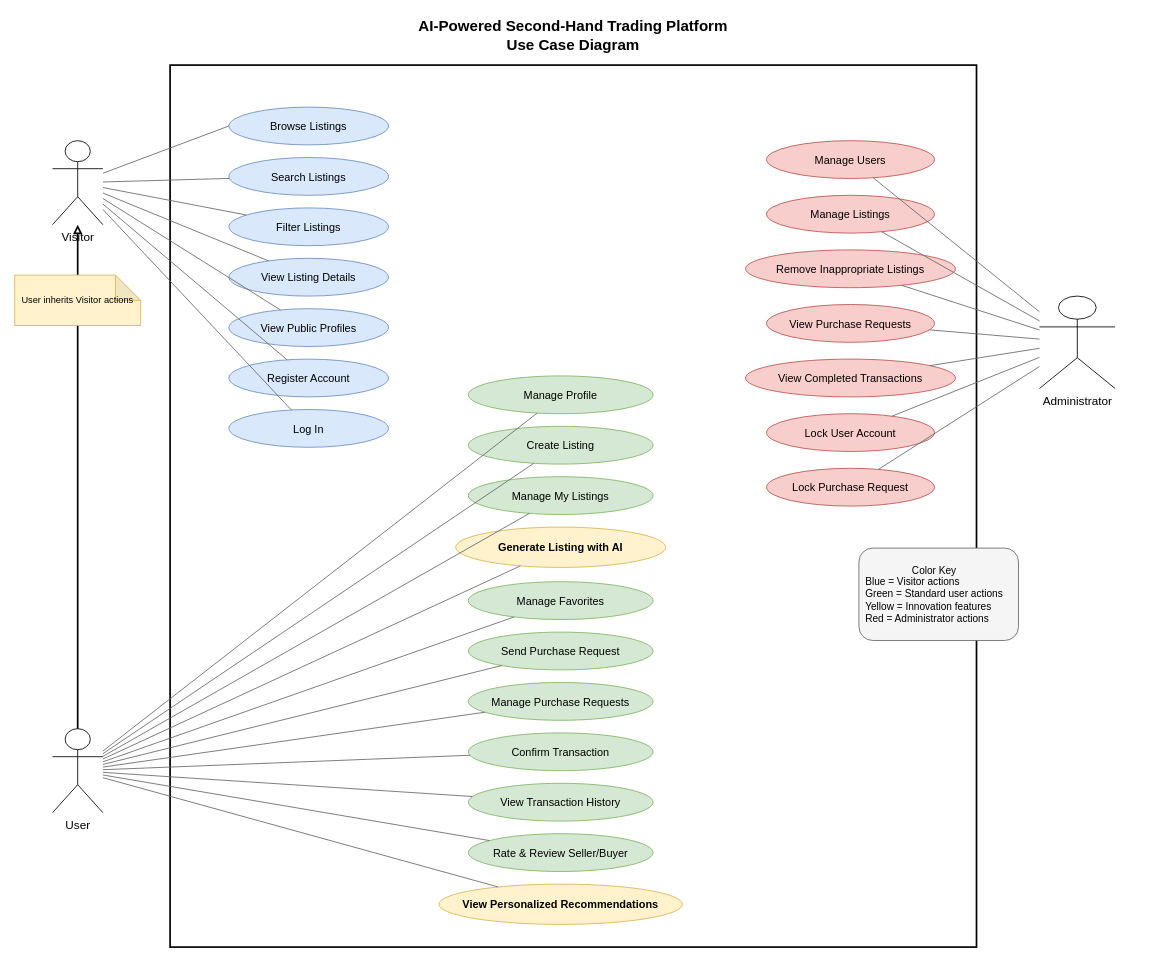
Above: diagram/use_case_diagram.drawio in aimeefan99/MSE800-KEA-OnlineShopping (draw.io), before the change. Source tidied: cells renumbered, new cells numbered last; positions are measured from the earlier drawing's top-left corner, leaving out a move shared by most shapes. Both pictures are drawn from the tidied source at 84%, with x=0, y=0 at pixel (14, 14).
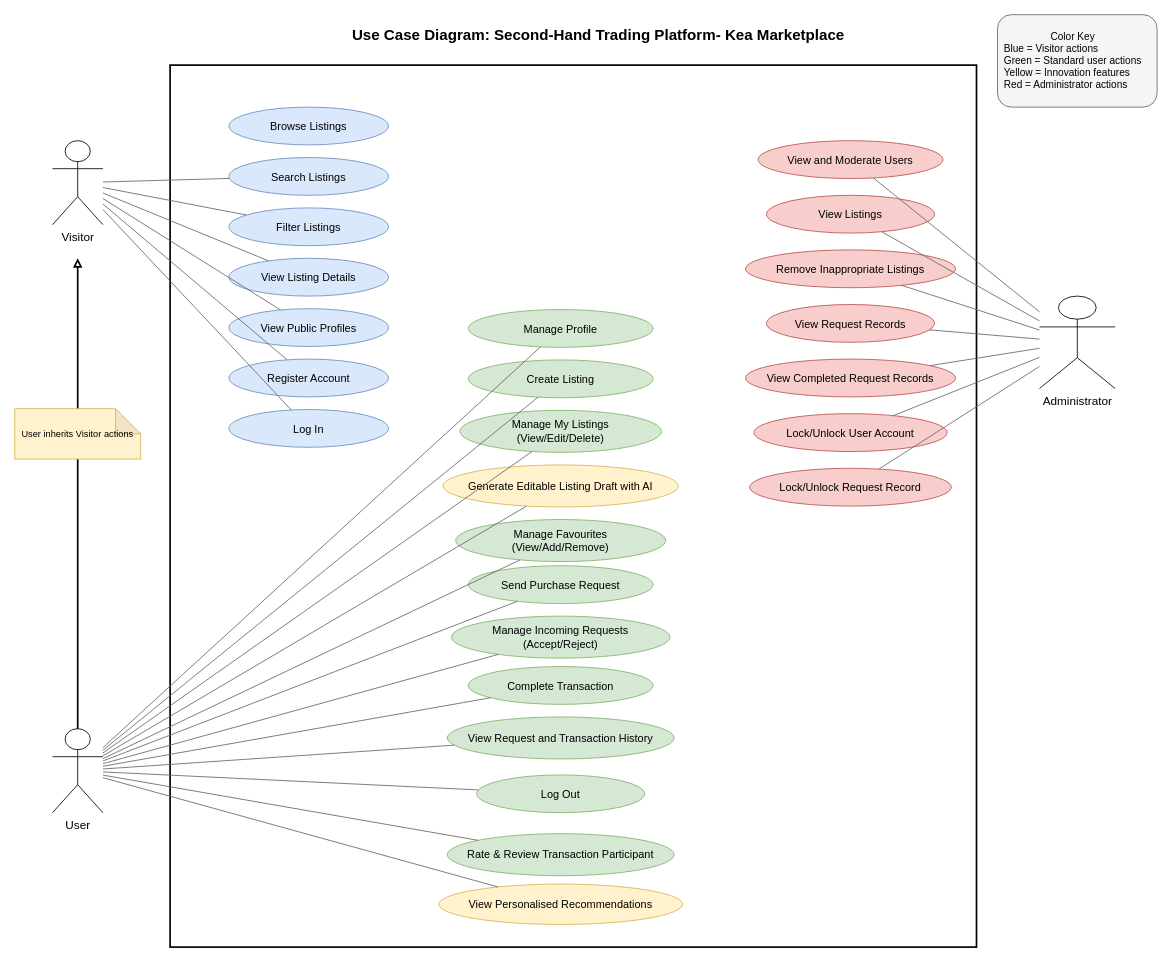
The same diagram, later.

Unchanged cells that the change refers to:
```xml
<mxCell id="4" value="Visitor" style="shape=umlActor;verticalLabelPosition=bottom;verticalAlign=top;html=1;outlineConnect=0;fontSize=14;" parent="1" vertex="1">
  <mxGeometry x="45" y="150" width="60" height="100" as="geometry" />
</mxCell>
<mxCell id="5" value="User" style="shape=umlActor;verticalLabelPosition=bottom;verticalAlign=top;html=1;outlineConnect=0;fontSize=14;" parent="1" vertex="1">
  <mxGeometry x="45" y="850" width="60" height="100" as="geometry" />
</mxCell>
<mxCell id="9" value="Browse Listings" style="ellipse;whiteSpace=wrap;html=1;fillColor=#dae8fc;strokeColor=#6c8ebf;fontSize=13;" parent="1" vertex="1">
  <mxGeometry x="255" y="110" width="190" height="45" as="geometry" />
</mxCell>
```

Change to the diagram source:
```diff
@@
-    <mxCell id="2" value="AI-Powered Second-Hand Trading Platform&#10;Use Case Diagram" style="text;html=1;strokeColor=none;fillColor=none;align=center;verticalAlign=middle;whiteSpace=wrap;rounded=0;fontSize=18;fontStyle=1;" parent="1" vertex="1">
-      <mxGeometry x="405" width="520" height="50" as="geometry" />
+    <mxCell id="2" value="Use Case Diagram: Second-Hand Trading Platform- Kea Marketplace" style="text;html=1;strokeColor=none;fillColor=none;align=center;verticalAlign=middle;whiteSpace=wrap;rounded=0;fontSize=18;fontStyle=1;" parent="1" vertex="1">
+      <mxGeometry x="395" width="600" height="50" as="geometry" />
     </mxCell>
@@
-    <mxCell id="7" style="endArrow=block;endFill=0;html=1;rounded=0;strokeWidth=2;" parent="1" edge="1" source="5" target="4">
-      <mxGeometry relative="1" as="geometry" />
+    <mxCell id="7" style="endArrow=block;endFill=0;html=1;rounded=0;strokeWidth=2;" parent="1" edge="1" source="5">
+      <mxGeometry relative="1" as="geometry">
+        <mxPoint x="75" y="290" as="targetPoint" />
+      </mxGeometry>
     </mxCell>
     <mxCell id="8" value="User inherits Visitor actions" style="shape=note;whiteSpace=wrap;html=1;backgroundOutline=1;darkOpacity=0.05;fillColor=#fff2cc;strokeColor=#d6b656;fontSize=11;" parent="1" vertex="1">
-      <mxGeometry y="310" width="150" height="60" as="geometry" />
+      <mxGeometry y="469" width="150" height="60" as="geometry" />
     </mxCell>
@@
     <mxCell id="16" value="Manage Profile" style="ellipse;whiteSpace=wrap;html=1;fillColor=#d5e8d4;strokeColor=#82b366;fontSize=13;" parent="1" vertex="1">
-      <mxGeometry x="540" y="430" width="220" height="45" as="geometry" />
+      <mxGeometry x="540" y="351" width="220" height="45" as="geometry" />
     </mxCell>
     <mxCell id="17" value="Create Listing" style="ellipse;whiteSpace=wrap;html=1;fillColor=#d5e8d4;strokeColor=#82b366;fontSize=13;" parent="1" vertex="1">
-      <mxGeometry x="540" y="490" width="220" height="45" as="geometry" />
+      <mxGeometry x="540" y="411" width="220" height="45" as="geometry" />
     </mxCell>
-    <mxCell id="18" value="Manage My Listings" style="ellipse;whiteSpace=wrap;html=1;fillColor=#d5e8d4;strokeColor=#82b366;fontSize=13;" parent="1" vertex="1">
-      <mxGeometry x="540" y="550" width="220" height="45" as="geometry" />
+    <mxCell id="18" value="Manage My Listings&#10;(View/Edit/Delete)" style="ellipse;whiteSpace=wrap;html=1;fillColor=#d5e8d4;strokeColor=#82b366;fontSize=13;" parent="1" vertex="1">
+      <mxGeometry x="530" y="471" width="240" height="50" as="geometry" />
     </mxCell>
-    <mxCell id="19" value="Generate Listing with AI" style="ellipse;whiteSpace=wrap;html=1;fillColor=#fff2cc;strokeColor=#d6b656;fontSize=13;fontStyle=1;" parent="1" vertex="1">
-      <mxGeometry x="525" y="610" width="250" height="48" as="geometry" />
+    <mxCell id="19" value="&lt;span style=&quot;font-weight: normal;&quot;&gt;Generate Editable Listing Draft with AI&lt;/span&gt;" style="ellipse;whiteSpace=wrap;html=1;fillColor=#fff2cc;strokeColor=#d6b656;fontSize=13;fontStyle=1;" parent="1" vertex="1">
+      <mxGeometry x="510" y="536" width="280" height="50" as="geometry" />
     </mxCell>
-    <mxCell id="20" value="Manage Favorites" style="ellipse;whiteSpace=wrap;html=1;fillColor=#d5e8d4;strokeColor=#82b366;fontSize=13;" parent="1" vertex="1">
-      <mxGeometry x="540" y="675" width="220" height="45" as="geometry" />
+    <mxCell id="20" value="Manage Favourites&#10;(View/Add/Remove)" style="ellipse;whiteSpace=wrap;html=1;fillColor=#d5e8d4;strokeColor=#82b366;fontSize=13;" parent="1" vertex="1">
+      <mxGeometry x="525" y="601" width="250" height="50" as="geometry" />
     </mxCell>
     <mxCell id="21" value="Send Purchase Request" style="ellipse;whiteSpace=wrap;html=1;fillColor=#d5e8d4;strokeColor=#82b366;fontSize=13;" parent="1" vertex="1">
-      <mxGeometry x="540" y="735" width="220" height="45" as="geometry" />
+      <mxGeometry x="540" y="656" width="220" height="45" as="geometry" />
     </mxCell>
-    <mxCell id="22" value="Manage Purchase Requests" style="ellipse;whiteSpace=wrap;html=1;fillColor=#d5e8d4;strokeColor=#82b366;fontSize=13;" parent="1" vertex="1">
-      <mxGeometry x="540" y="795" width="220" height="45" as="geometry" />
+    <mxCell id="22" value="Manage Incoming Requests&#10;(Accept/Reject)" style="ellipse;whiteSpace=wrap;html=1;fillColor=#d5e8d4;strokeColor=#82b366;fontSize=13;" parent="1" vertex="1">
+      <mxGeometry x="520" y="716" width="260" height="50" as="geometry" />
     </mxCell>
-    <mxCell id="23" value="Confirm Transaction" style="ellipse;whiteSpace=wrap;html=1;fillColor=#d5e8d4;strokeColor=#82b366;fontSize=13;" parent="1" vertex="1">
-      <mxGeometry x="540" y="855" width="220" height="45" as="geometry" />
+    <mxCell id="23" value="Complete Transaction" style="ellipse;whiteSpace=wrap;html=1;fillColor=#d5e8d4;strokeColor=#82b366;fontSize=13;" parent="1" vertex="1">
+      <mxGeometry x="540" y="776" width="220" height="45" as="geometry" />
     </mxCell>
-    <mxCell id="24" value="View Transaction History" style="ellipse;whiteSpace=wrap;html=1;fillColor=#d5e8d4;strokeColor=#82b366;fontSize=13;" parent="1" vertex="1">
-      <mxGeometry x="540" y="915" width="220" height="45" as="geometry" />
+    <mxCell id="24" value="View Request and Transaction History" style="ellipse;whiteSpace=wrap;html=1;fillColor=#d5e8d4;strokeColor=#82b366;fontSize=13;" parent="1" vertex="1">
+      <mxGeometry x="515" y="836" width="270" height="50" as="geometry" />
     </mxCell>
-    <mxCell id="25" value="Rate &amp; Review Seller/Buyer" style="ellipse;whiteSpace=wrap;html=1;fillColor=#d5e8d4;strokeColor=#82b366;fontSize=13;" parent="1" vertex="1">
-      <mxGeometry x="540" y="975" width="220" height="45" as="geometry" />
+    <mxCell id="25" value="Rate &amp; Review Transaction Participant" style="ellipse;whiteSpace=wrap;html=1;fillColor=#d5e8d4;strokeColor=#82b366;fontSize=13;" parent="1" vertex="1">
+      <mxGeometry x="515" y="975" width="270" height="50" as="geometry" />
     </mxCell>
-    <mxCell id="26" value="View Personalized Recommendations" style="ellipse;whiteSpace=wrap;html=1;fillColor=#fff2cc;strokeColor=#d6b656;fontSize=13;fontStyle=1;" parent="1" vertex="1">
+    <mxCell id="26" value="&lt;span style=&quot;font-weight: normal;&quot;&gt;View Personalised Recommendations&lt;/span&gt;" style="ellipse;whiteSpace=wrap;html=1;fillColor=#fff2cc;strokeColor=#d6b656;fontSize=13;fontStyle=1;" parent="1" vertex="1">
       <mxGeometry x="505" y="1035" width="290" height="48" as="geometry" />
     </mxCell>
+    <mxCell id="62" value="Log Out" style="ellipse;whiteSpace=wrap;html=1;fillColor=#d5e8d4;strokeColor=#82b366;fontSize=13;" parent="1" vertex="1">
+      <mxGeometry x="550" y="905" width="200" height="45" as="geometry" />
+    </mxCell>
-    <mxCell id="27" value="Manage Users" style="ellipse;whiteSpace=wrap;html=1;fillColor=#f8cecc;strokeColor=#b85450;fontSize=13;" parent="1" vertex="1">
-      <mxGeometry x="895" y="150" width="200" height="45" as="geometry" />
+    <mxCell id="27" value="View and Moderate Users" style="ellipse;whiteSpace=wrap;html=1;fillColor=#f8cecc;strokeColor=#b85450;fontSize=13;" parent="1" vertex="1">
+      <mxGeometry x="885" y="150" width="220" height="45" as="geometry" />
     </mxCell>
-    <mxCell id="28" value="Manage Listings" style="ellipse;whiteSpace=wrap;html=1;fillColor=#f8cecc;strokeColor=#b85450;fontSize=13;" parent="1" vertex="1">
+    <mxCell id="28" value="View Listings" style="ellipse;whiteSpace=wrap;html=1;fillColor=#f8cecc;strokeColor=#b85450;fontSize=13;" parent="1" vertex="1">
       <mxGeometry x="895" y="215" width="200" height="45" as="geometry" />
     </mxCell>
@@
-    <mxCell id="30" value="View Purchase Requests" style="ellipse;whiteSpace=wrap;html=1;fillColor=#f8cecc;strokeColor=#b85450;fontSize=13;" parent="1" vertex="1">
+    <mxCell id="30" value="View Request Records" style="ellipse;whiteSpace=wrap;html=1;fillColor=#f8cecc;strokeColor=#b85450;fontSize=13;" parent="1" vertex="1">
       <mxGeometry x="895" y="345" width="200" height="45" as="geometry" />
     </mxCell>
-    <mxCell id="31" value="View Completed Transactions" style="ellipse;whiteSpace=wrap;html=1;fillColor=#f8cecc;strokeColor=#b85450;fontSize=13;" parent="1" vertex="1">
+    <mxCell id="31" value="View Completed Request Records" style="ellipse;whiteSpace=wrap;html=1;fillColor=#f8cecc;strokeColor=#b85450;fontSize=13;" parent="1" vertex="1">
       <mxGeometry x="870" y="410" width="250" height="45" as="geometry" />
     </mxCell>
-    <mxCell id="32" value="Lock User Account" style="ellipse;whiteSpace=wrap;html=1;fillColor=#f8cecc;strokeColor=#b85450;fontSize=13;" parent="1" vertex="1">
-      <mxGeometry x="895" y="475" width="200" height="45" as="geometry" />
+    <mxCell id="32" value="Lock/Unlock User Account" style="ellipse;whiteSpace=wrap;html=1;fillColor=#f8cecc;strokeColor=#b85450;fontSize=13;" parent="1" vertex="1">
+      <mxGeometry x="880" y="475" width="230" height="45" as="geometry" />
     </mxCell>
-    <mxCell id="33" value="Lock Purchase Request" style="ellipse;whiteSpace=wrap;html=1;fillColor=#f8cecc;strokeColor=#b85450;fontSize=13;" parent="1" vertex="1">
-      <mxGeometry x="895" y="540" width="200" height="45" as="geometry" />
+    <mxCell id="33" value="Lock/Unlock Request Record" style="ellipse;whiteSpace=wrap;html=1;fillColor=#f8cecc;strokeColor=#b85450;fontSize=13;" parent="1" vertex="1">
+      <mxGeometry x="875" y="540" width="240" height="45" as="geometry" />
     </mxCell>
     <mxCell id="34" value="&lt;div style=&quot;text-align: center;&quot;&gt;&lt;span style=&quot;background-color: transparent; color: light-dark(rgb(0, 0, 0), rgb(255, 255, 255));&quot;&gt;Color Key&lt;/span&gt;&lt;/div&gt;Blue = Visitor actions&lt;br&gt;Green = Standard user actions&lt;br&gt;Yellow = Innovation features&lt;br&gt;Red = Administrator actions" style="rounded=1;whiteSpace=wrap;html=1;fillColor=#f5f5f5;strokeColor=#666666;fontSize=12;align=left;spacing=8;" parent="1" vertex="1">
-      <mxGeometry x="1005" y="635" width="190" height="110" as="geometry" />
+      <mxGeometry x="1170" width="190" height="110" as="geometry" />
     </mxCell>
@@
+    <mxCell id="63" style="endArrow=none;html=1;rounded=0;strokeColor=#666666;" parent="1" edge="1" source="5" target="62">
+      <mxGeometry relative="1" as="geometry" />
+    </mxCell>
@@
-    <mxCell id="61" style="endArrow=none;html=1;rounded=0;strokeColor=#666666;entryX=0;entryY=0.5;entryDx=0;entryDy=0;" parent="1" edge="1" source="4" target="9">
-      <mxGeometry relative="1" as="geometry" />
-    </mxCell>
```
